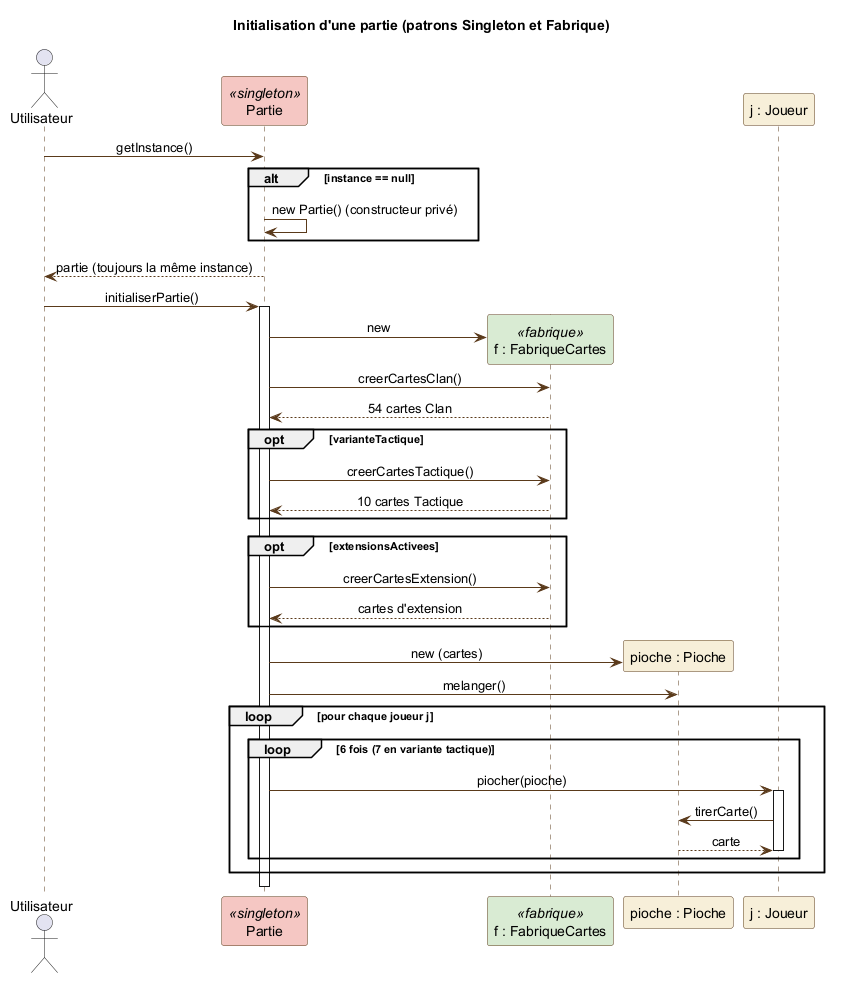
Above: doc/uml/sequence-initialisation.png in Lelio88/lo02-schotten-totten-soutenance (PlantUML), before the change. The source it was exported from:
```plantuml
@startuml sequence-initialisation
title Initialisation d'une partie (patrons Singleton et Fabrique)

skinparam shadowing false
skinparam sequenceMessageAlign center
skinparam sequence {
  ParticipantBackgroundColor #F7EFD8
  ParticipantBorderColor #5A3A1B
  LifeLineBorderColor #5A3A1B
  ArrowColor #5A3A1B
}
skinparam participant<<singleton>> {
  BackgroundColor #F4C7C3
}
skinparam participant<<fabrique>> {
  BackgroundColor #D9EAD3
}

actor "Utilisateur" as U
participant "Partie" as P <<singleton>>
participant "f : FabriqueCartes" as F <<fabrique>>
participant "pioche : Pioche" as PI
participant "j : Joueur" as J

U -> P : getInstance()
alt instance == null
  P -> P : new Partie() (constructeur privé)
end
P --> U : partie (toujours la même instance)

U -> P : initialiserPartie()
activate P
P -> F ** : new
P -> F : creerCartesClan()
F --> P : 54 cartes Clan
opt varianteTactique
  P -> F : creerCartesTactique()
  F --> P : 10 cartes Tactique
end
opt extensionsActivees
  P -> F : creerCartesExtension()
  F --> P : cartes d'extension
end
P -> PI ** : new (cartes)
P -> PI : melanger()
loop pour chaque joueur j
  loop 6 fois (7 en variante tactique)
    P -> J : piocher(pioche)
    activate J
    J -> PI : tirerCarte()
    PI --> J : carte
    deactivate J
  end
end
deactivate P
@enduml
```
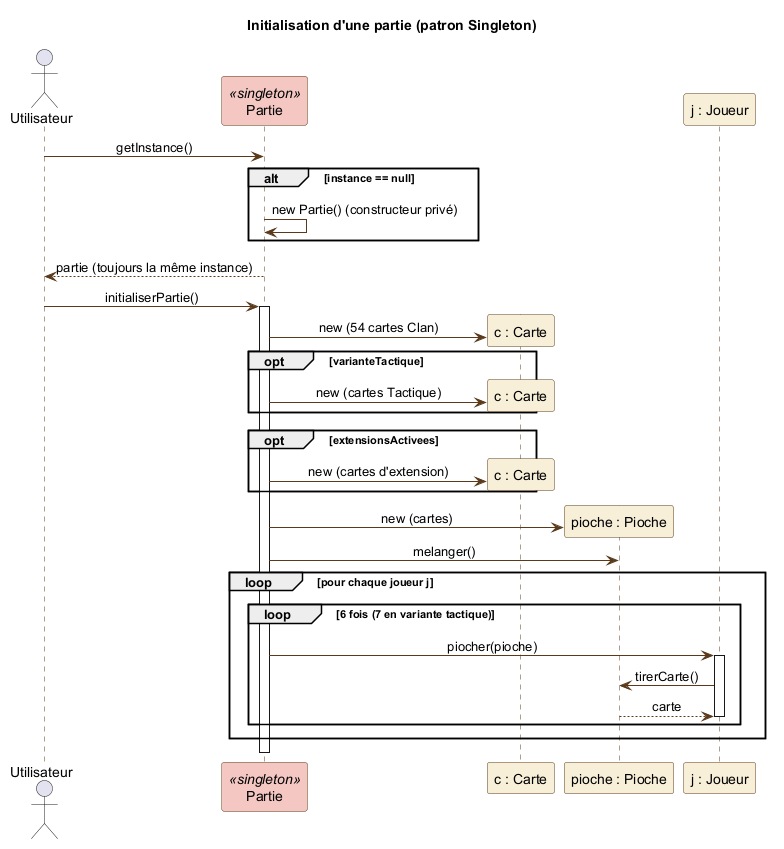
Later version of the same file.

Change to the diagram source:
```diff
@@ -1,5 +1,5 @@
 @startuml sequence-initialisation
-title Initialisation d'une partie (patrons Singleton et Fabrique)
+title Initialisation d'une partie (patron Singleton)
 
 skinparam shadowing false
 skinparam sequenceMessageAlign center
@@ -12,13 +12,10 @@
 skinparam participant<<singleton>> {
   BackgroundColor #F4C7C3
 }
-skinparam participant<<fabrique>> {
-  BackgroundColor #D9EAD3
-}
 
 actor "Utilisateur" as U
 participant "Partie" as P <<singleton>>
-participant "f : FabriqueCartes" as F <<fabrique>>
+participant "c : Carte" as C
 participant "pioche : Pioche" as PI
 participant "j : Joueur" as J
 
@@ -30,16 +27,12 @@
 
 U -> P : initialiserPartie()
 activate P
-P -> F ** : new
-P -> F : creerCartesClan()
-F --> P : 54 cartes Clan
+P -> C ** : new (54 cartes Clan)
 opt varianteTactique
-  P -> F : creerCartesTactique()
-  F --> P : 10 cartes Tactique
+  P -> C ** : new (cartes Tactique)
 end
 opt extensionsActivees
-  P -> F : creerCartesExtension()
-  F --> P : cartes d'extension
+  P -> C ** : new (cartes d'extension)
 end
 P -> PI ** : new (cartes)
 P -> PI : melanger()
```
